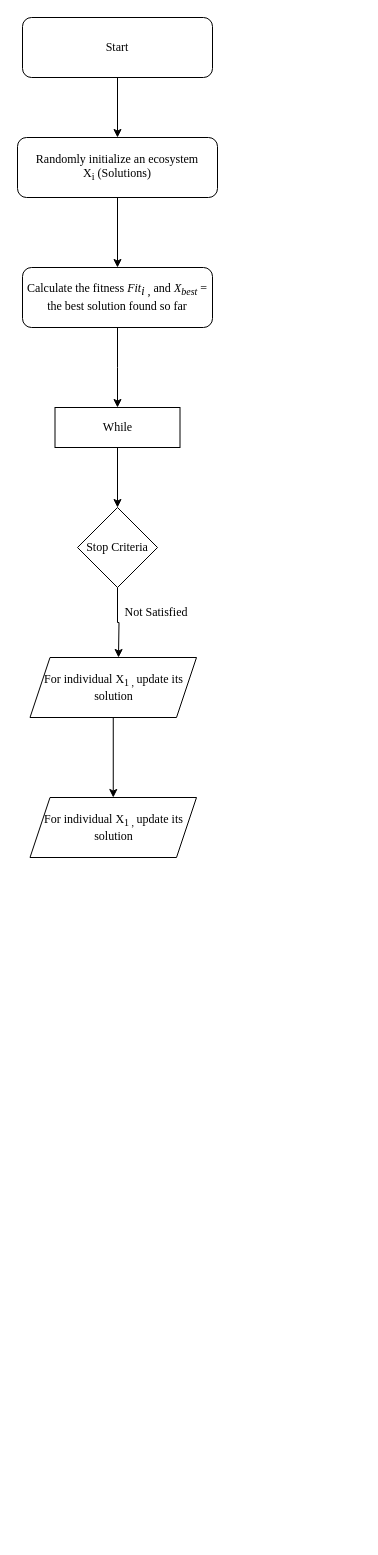
Before: Untitled Diagram.drawio in i-priyanshu/Anicamp, a draw.io diagram. Source tidied: cells renumbered, new cells numbered last; positions are measured from the earlier drawing's top-left corner, leaving out a move shared by most shapes. Both pictures are drawn from the tidied source at 100%, with x=0, y=0 at pixel (17, 17).
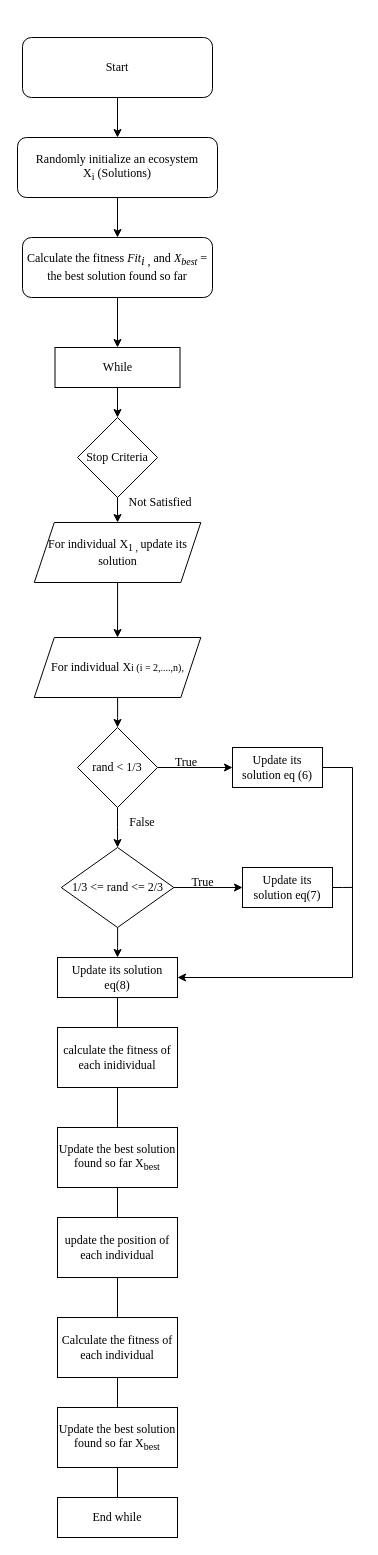
The same page after the edit.

The edit, as a diff of the source:
```diff
@@
     <mxCell id="3" value="&lt;font style=&quot;font-size: 12px&quot;&gt;Start&lt;/font&gt;" style="rounded=1;whiteSpace=wrap;html=1;fontFamily=Times New Roman;" parent="1" vertex="1">
-      <mxGeometry x="5" width="190" height="60" as="geometry" />
+      <mxGeometry x="5" y="20" width="190" height="60" as="geometry" />
     </mxCell>
@@
-    <mxCell id="6" style="edgeStyle=orthogonalEdgeStyle;rounded=0;jettySize=auto;html=1;fontFamily=Times New Roman;fontSize=12;" parent="1" edge="1" source="7">
-      <mxGeometry relative="1" as="geometry">
-        <mxPoint x="100" y="390" as="targetPoint" />
-      </mxGeometry>
-    </mxCell>
+    <mxCell id="16" style="edgeStyle=orthogonalEdgeStyle;rounded=0;jettySize=auto;html=1;exitX=0.5;exitY=1;exitDx=0;exitDy=0;entryX=0.5;entryY=0;entryDx=0;entryDy=0;fontFamily=Times New Roman;fontSize=12;" parent="1" edge="1" source="7" target="9">
+      <mxGeometry relative="1" as="geometry" />
+    </mxCell>
     <mxCell id="7" value="Calculate the fitness &lt;i&gt;Fit&lt;/i&gt;&lt;i style=&quot;vertical-align: sub&quot;&gt;i , &lt;/i&gt;and &lt;i&gt;X&lt;sub&gt;best&lt;/sub&gt;&amp;nbsp;&lt;/i&gt;= the best solution found so far" style="whiteSpace=wrap;html=1;fontFamily=Times New Roman;rounded=1;" parent="1" vertex="1">
-      <mxGeometry x="5" y="250" width="190" height="60" as="geometry" />
+      <mxGeometry x="5" y="220" width="190" height="60" as="geometry" />
     </mxCell>
@@
     <mxCell id="9" value="While" style="rounded=0;whiteSpace=wrap;html=1;fontFamily=Times New Roman;fontSize=12;" parent="1" vertex="1">
-      <mxGeometry x="37.5" y="390" width="125" height="40" as="geometry" />
+      <mxGeometry x="37.5" y="330" width="125" height="40" as="geometry" />
     </mxCell>
-    <mxCell id="10" style="edgeStyle=orthogonalEdgeStyle;rounded=0;jettySize=auto;html=1;fontFamily=Times New Roman;fontSize=12;" parent="1" edge="1" source="11">
-      <mxGeometry relative="1" as="geometry">
-        <mxPoint x="101" y="640" as="targetPoint" />
-      </mxGeometry>
-    </mxCell>
+    <mxCell id="17" style="edgeStyle=orthogonalEdgeStyle;rounded=0;jettySize=auto;html=1;exitX=0.5;exitY=1;exitDx=0;exitDy=0;entryX=0.5;entryY=0;entryDx=0;entryDy=0;fontFamily=Times New Roman;fontSize=12;" parent="1" edge="1" source="11" target="14">
+      <mxGeometry relative="1" as="geometry" />
+    </mxCell>
     <mxCell id="11" value="Stop Criteria" style="rhombus;whiteSpace=wrap;html=1;fontFamily=Times New Roman;rounded=0;" parent="1" vertex="1">
-      <mxGeometry x="60" y="490" width="80" height="80" as="geometry" />
+      <mxGeometry x="60" y="400" width="80" height="80" as="geometry" />
     </mxCell>
     <mxCell id="12" value="Not Satisfied" style="text;html=1;strokeColor=none;fillColor=none;align=center;verticalAlign=middle;whiteSpace=wrap;rounded=0;fontFamily=Times New Roman;fontSize=12;" parent="1" vertex="1">
-      <mxGeometry x="99" y="580" width="80" height="30" as="geometry" />
+      <mxGeometry x="103.2" y="470" width="80" height="30" as="geometry" />
     </mxCell>
@@
     <mxCell id="14" value="For individual X&lt;sub&gt;1 , &lt;/sub&gt;update its solution" style="shape=parallelogram;perimeter=parallelogramPerimeter;whiteSpace=wrap;html=1;fixedSize=1;fontFamily=Times New Roman;fontSize=12;" parent="1" vertex="1">
-      <mxGeometry x="12.5" y="640" width="166.5" height="60" as="geometry" />
+      <mxGeometry x="16.8" y="505" width="166.5" height="60" as="geometry" />
     </mxCell>
+    <mxCell id="18" style="edgeStyle=orthogonalEdgeStyle;rounded=0;jettySize=auto;html=1;fontFamily=Times New Roman;fontSize=12;" parent="1" edge="1" source="15" target="21">
+      <mxGeometry relative="1" as="geometry" />
+    </mxCell>
-    <mxCell id="15" value="For individual X&lt;sub&gt;1 , &lt;/sub&gt;update its solution" style="shape=parallelogram;perimeter=parallelogramPerimeter;whiteSpace=wrap;html=1;fixedSize=1;fontFamily=Times New Roman;fontSize=12;" parent="1" vertex="1">
-      <mxGeometry x="12.5" y="780" width="166.5" height="60" as="geometry" />
+    <mxCell id="15" value="For individual X&lt;span style=&quot;font-size: 10px&quot;&gt;i (i = 2,....,n),&lt;/span&gt;" style="shape=parallelogram;perimeter=parallelogramPerimeter;whiteSpace=wrap;html=1;fixedSize=1;fontFamily=Times New Roman;fontSize=12;" parent="1" vertex="1">
+      <mxGeometry x="16.8" y="620" width="166.5" height="60" as="geometry" />
     </mxCell>
+    <mxCell id="19" style="edgeStyle=orthogonalEdgeStyle;rounded=0;jettySize=auto;html=1;exitX=1;exitY=0.5;exitDx=0;exitDy=0;fontFamily=Times New Roman;fontSize=12;" parent="1" edge="1" source="21" target="23">
+      <mxGeometry relative="1" as="geometry" />
+    </mxCell>
+    <mxCell id="20" style="edgeStyle=orthogonalEdgeStyle;rounded=0;jettySize=auto;html=1;fontFamily=Times New Roman;fontSize=12;" parent="1" edge="1" source="21" target="27">
+      <mxGeometry relative="1" as="geometry" />
+    </mxCell>
+    <mxCell id="21" value="rand &amp;lt; 1/3" style="rhombus;whiteSpace=wrap;html=1;fontFamily=Times New Roman;" parent="1" vertex="1">
+      <mxGeometry x="60" y="710" width="80" height="80" as="geometry" />
+    </mxCell>
+    <mxCell id="22" style="edgeStyle=orthogonalEdgeStyle;rounded=0;jettySize=auto;html=1;exitX=1;exitY=0.5;exitDx=0;exitDy=0;entryX=1;entryY=0.5;entryDx=0;entryDy=0;fontFamily=Times New Roman;fontSize=12;" parent="1" edge="1" source="23" target="33">
+      <mxGeometry relative="1" as="geometry">
+        <Array as="points">
+          <mxPoint x="335" y="750" />
+          <mxPoint x="335" y="960" />
+        </Array>
+      </mxGeometry>
+    </mxCell>
+    <mxCell id="23" value="Update its solution eq (6)" style="rounded=0;whiteSpace=wrap;html=1;fontFamily=Times New Roman;fontSize=12;" parent="1" vertex="1">
+      <mxGeometry x="215" y="730" width="90" height="40" as="geometry" />
+    </mxCell>
+    <mxCell id="24" value="True" style="text;html=1;strokeColor=none;fillColor=none;align=center;verticalAlign=middle;whiteSpace=wrap;rounded=0;fontFamily=Times New Roman;fontSize=12;" parent="1" vertex="1">
+      <mxGeometry x="139" y="730" width="60" height="30" as="geometry" />
+    </mxCell>
+    <mxCell id="25" style="edgeStyle=orthogonalEdgeStyle;rounded=0;jettySize=auto;html=1;fontFamily=Times New Roman;fontSize=12;" parent="1" edge="1" source="27">
+      <mxGeometry relative="1" as="geometry">
+        <mxPoint x="225" y="870" as="targetPoint" />
+      </mxGeometry>
+    </mxCell>
+    <mxCell id="26" style="edgeStyle=orthogonalEdgeStyle;rounded=0;jettySize=auto;html=1;fontFamily=Times New Roman;fontSize=12;" parent="1" edge="1" source="27" target="33">
+      <mxGeometry relative="1" as="geometry" />
+    </mxCell>
+    <mxCell id="27" value="1/3 &amp;lt;= rand &amp;lt;= 2/3" style="rhombus;whiteSpace=wrap;html=1;fontFamily=Times New Roman;" parent="1" vertex="1">
+      <mxGeometry x="43.8" y="830" width="112.5" height="80" as="geometry" />
+    </mxCell>
+    <mxCell id="28" value="False" style="text;html=1;strokeColor=none;fillColor=none;align=center;verticalAlign=middle;whiteSpace=wrap;rounded=0;fontFamily=Times New Roman;fontSize=12;" parent="1" vertex="1">
+      <mxGeometry x="95" y="790" width="60" height="30" as="geometry" />
+    </mxCell>
+    <mxCell id="29" value="True" style="text;html=1;strokeColor=none;fillColor=none;align=center;verticalAlign=middle;whiteSpace=wrap;rounded=0;fontFamily=Times New Roman;fontSize=12;" parent="1" vertex="1">
+      <mxGeometry x="156.2" y="850" width="58.8" height="30" as="geometry" />
+    </mxCell>
+    <mxCell id="30" style="rounded=0;jettySize=auto;html=1;exitX=1;exitY=0.5;exitDx=0;exitDy=0;fontFamily=Times New Roman;fontSize=12;endArrow=baseDash;endFill=0;" parent="1" edge="1" source="31">
+      <mxGeometry relative="1" as="geometry">
+        <mxPoint x="335" y="869.9" as="targetPoint" />
+        <Array as="points">
+          <mxPoint x="325" y="870" />
+        </Array>
+      </mxGeometry>
+    </mxCell>
+    <mxCell id="31" value="Update its solution eq(7)" style="rounded=0;whiteSpace=wrap;html=1;fontFamily=Times New Roman;fontSize=12;" parent="1" vertex="1">
+      <mxGeometry x="225" y="850" width="90" height="40" as="geometry" />
+    </mxCell>
+    <mxCell id="32" style="edgeStyle=none;rounded=0;jettySize=auto;html=1;fontFamily=Times New Roman;fontSize=12;endArrow=baseDash;endFill=0;" parent="1" edge="1" source="33" target="35">
+      <mxGeometry relative="1" as="geometry" />
+    </mxCell>
+    <mxCell id="33" value="Update its solution eq(8)" style="whiteSpace=wrap;html=1;fontFamily=Times New Roman;" parent="1" vertex="1">
+      <mxGeometry x="40" y="940" width="120" height="40" as="geometry" />
+    </mxCell>
+    <mxCell id="34" style="edgeStyle=none;rounded=0;jettySize=auto;html=1;fontFamily=Times New Roman;fontSize=12;endArrow=baseDash;endFill=0;" parent="1" edge="1" source="35" target="37">
+      <mxGeometry relative="1" as="geometry" />
+    </mxCell>
+    <mxCell id="35" value="calculate the fitness of each inidividual" style="whiteSpace=wrap;html=1;fontFamily=Times New Roman;" parent="1" vertex="1">
+      <mxGeometry x="40" y="1010" width="120" height="60" as="geometry" />
+    </mxCell>
+    <mxCell id="36" style="edgeStyle=none;rounded=0;jettySize=auto;html=1;fontFamily=Times New Roman;fontSize=12;endArrow=baseDash;endFill=0;" parent="1" edge="1" source="37" target="39">
+      <mxGeometry relative="1" as="geometry" />
+    </mxCell>
+    <mxCell id="37" value="Update the best solution found so far X&lt;sub&gt;best&lt;/sub&gt;" style="whiteSpace=wrap;html=1;fontFamily=Times New Roman;" parent="1" vertex="1">
+      <mxGeometry x="40" y="1110" width="120" height="60" as="geometry" />
+    </mxCell>
+    <mxCell id="38" style="edgeStyle=none;rounded=0;jettySize=auto;html=1;fontFamily=Times New Roman;fontSize=12;endArrow=baseDash;endFill=0;" parent="1" edge="1" source="39" target="41">
+      <mxGeometry relative="1" as="geometry" />
+    </mxCell>
+    <mxCell id="39" value="update the position of each individual" style="whiteSpace=wrap;html=1;fontFamily=Times New Roman;" parent="1" vertex="1">
+      <mxGeometry x="40" y="1200" width="120" height="60" as="geometry" />
+    </mxCell>
+    <mxCell id="40" style="edgeStyle=none;rounded=0;jettySize=auto;html=1;fontFamily=Times New Roman;fontSize=12;endArrow=baseDash;endFill=0;" parent="1" edge="1" source="41" target="43">
+      <mxGeometry relative="1" as="geometry" />
+    </mxCell>
+    <mxCell id="41" value="Calculate the fitness of each individual" style="whiteSpace=wrap;html=1;fontFamily=Times New Roman;" parent="1" vertex="1">
+      <mxGeometry x="40" y="1300" width="120" height="60" as="geometry" />
+    </mxCell>
+    <mxCell id="42" style="edgeStyle=none;rounded=0;jettySize=auto;html=1;fontFamily=Times New Roman;fontSize=12;endArrow=baseDash;endFill=0;" parent="1" edge="1" source="43" target="44">
+      <mxGeometry relative="1" as="geometry" />
+    </mxCell>
+    <mxCell id="43" value="Update the best solution found so far X&lt;sub&gt;best&lt;/sub&gt;" style="whiteSpace=wrap;html=1;fontFamily=Times New Roman;" parent="1" vertex="1">
+      <mxGeometry x="40" y="1390" width="120" height="60" as="geometry" />
+    </mxCell>
+    <mxCell id="44" value="End while" style="whiteSpace=wrap;html=1;fontFamily=Times New Roman;" parent="1" vertex="1">
+      <mxGeometry x="40" y="1480" width="120" height="40" as="geometry" />
+    </mxCell>
```
